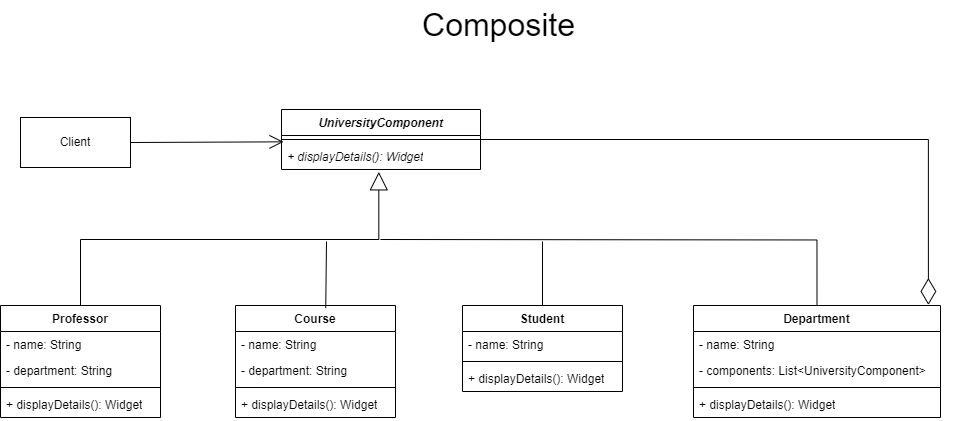
This is diagram.drawio.png from xiangxiang3451/OOAP_02, a draw.io export, as it was before one commit. Source tidied: cells renumbered, new cells last; positions are measured from the earlier drawing's top-left corner, leaving out a move shared by most shapes.
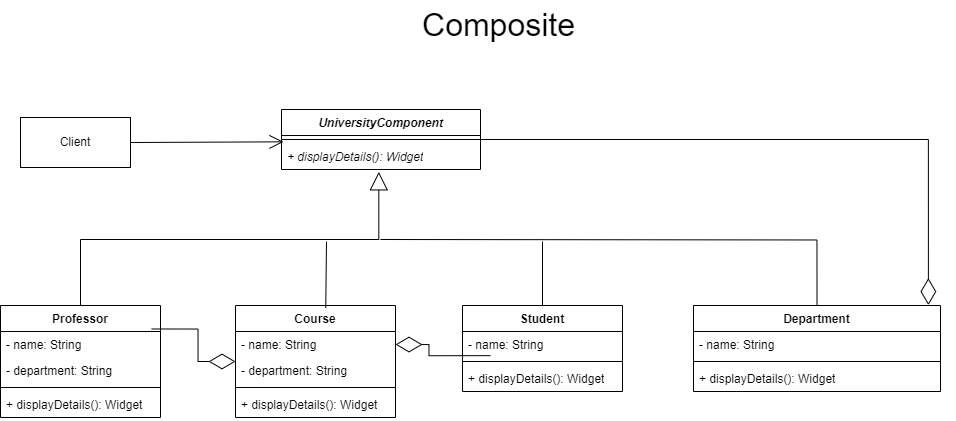
After the change.

The edit, as a diff of the source:
```diff
@@ -60,19 +60,16 @@
       <mxGeometry y="60" width="160" height="26" as="geometry" />
     </mxCell>
     <mxCell id="21" value="Department" style="swimlane;fontStyle=1;align=center;verticalAlign=top;horizontal=1;startSize=26;whiteSpace=wrap;html=1;" parent="1" vertex="1">
-      <mxGeometry x="693" y="305" width="247" height="112" as="geometry" />
+      <mxGeometry x="693" y="305" width="247" height="86" as="geometry" />
     </mxCell>
     <mxCell id="22" value="- name: String" style="text;strokeColor=none;fillColor=none;align=left;verticalAlign=top;spacingLeft=4;spacingRight=4;overflow=hidden;whiteSpace=wrap;html=1;" parent="21" vertex="1">
       <mxGeometry y="26" width="247" height="26" as="geometry" />
     </mxCell>
-    <mxCell id="23" value="- components: List&amp;lt;UniversityComponent&amp;gt;" style="text;strokeColor=none;fillColor=none;align=left;verticalAlign=top;spacingLeft=4;spacingRight=4;overflow=hidden;whiteSpace=wrap;html=1;" parent="21" vertex="1">
-      <mxGeometry y="52" width="247" height="26" as="geometry" />
-    </mxCell>
     <mxCell id="24" style="line;strokeWidth=1;fillColor=none;align=left;verticalAlign=middle;spacingTop=-1;spacingLeft=3;spacingRight=3;labelPosition=right;strokeColor=inherit;" parent="21" vertex="1">
-      <mxGeometry y="78" width="247" height="8" as="geometry" />
+      <mxGeometry y="52" width="247" height="8" as="geometry" />
     </mxCell>
     <mxCell id="25" value="+ displayDetails(): Widget" style="text;strokeColor=none;fillColor=none;align=left;verticalAlign=top;spacingLeft=4;spacingRight=4;overflow=hidden;whiteSpace=wrap;html=1;" parent="21" vertex="1">
-      <mxGeometry y="86" width="247" height="26" as="geometry" />
+      <mxGeometry y="60" width="247" height="26" as="geometry" />
     </mxCell>
     <mxCell id="26" style="endArrow=block;endSize=16;endFill=0;html=1;rounded=0;fontSize=12;entryX=0.489;entryY=1.09;entryDx=0;entryDy=0;entryPerimeter=0;exitX=0.5;exitY=0;exitDx=0;exitDy=0;edgeStyle=elbowEdgeStyle;elbow=vertical;" parent="1" edge="1" source="7" target="4">
       <mxGeometry x="1" y="-157" relative="1" as="geometry">
@@ -106,5 +103,11 @@
     <mxCell id="31" value="&lt;font style=&quot;font-size: 32px;&quot;&gt;Composite&lt;/font&gt;" style="text;html=1;align=center;verticalAlign=middle;strokeColor=none;fillColor=none;fontSize=16;" parent="1" vertex="1">
       <mxGeometry x="412" width="171" height="50" as="geometry" />
     </mxCell>
+    <mxCell id="32" style="endArrow=diamondThin;endFill=0;endSize=24;html=1;rounded=0;fontSize=12;exitX=0.945;exitY=-0.097;exitDx=0;exitDy=0;edgeStyle=orthogonalEdgeStyle;exitPerimeter=0;" parent="1" edge="1" source="8" target="12">
+      <mxGeometry relative="1" as="geometry" />
+    </mxCell>
+    <mxCell id="33" style="endArrow=diamondThin;endFill=0;endSize=24;html=1;rounded=0;fontSize=12;exitX=0.175;exitY=0.929;exitDx=0;exitDy=0;edgeStyle=orthogonalEdgeStyle;exitPerimeter=0;entryX=1;entryY=0.5;entryDx=0;entryDy=0;" parent="1" edge="1" source="18" target="13">
+      <mxGeometry relative="1" as="geometry" />
+    </mxCell>
   </root>
 </mxGraphModel>
```
